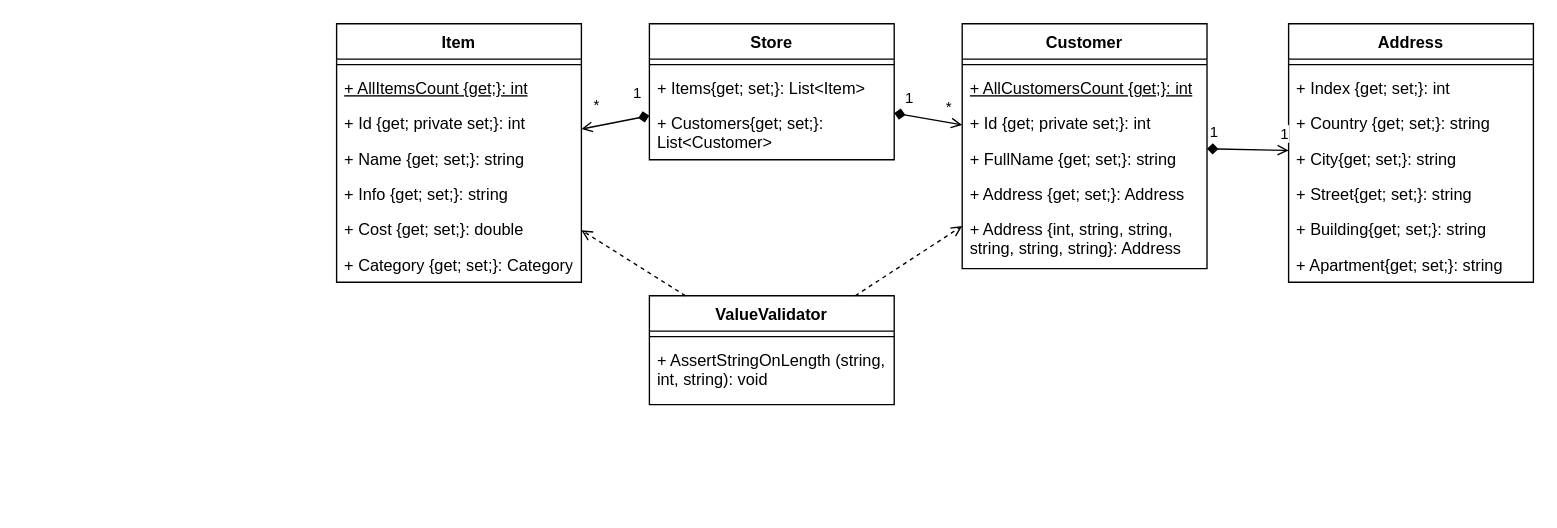
Above: doc/Practics2.drawio in Zharkov-Nikita/Programming (draw.io), before the change. Source tidied: cells renumbered, new cells numbered last; positions are measured from the earlier drawing's top-left corner, leaving out a move shared by most shapes. Both pictures are drawn from the tidied source at 136%, with x=0, y=0 at pixel (336, 23).
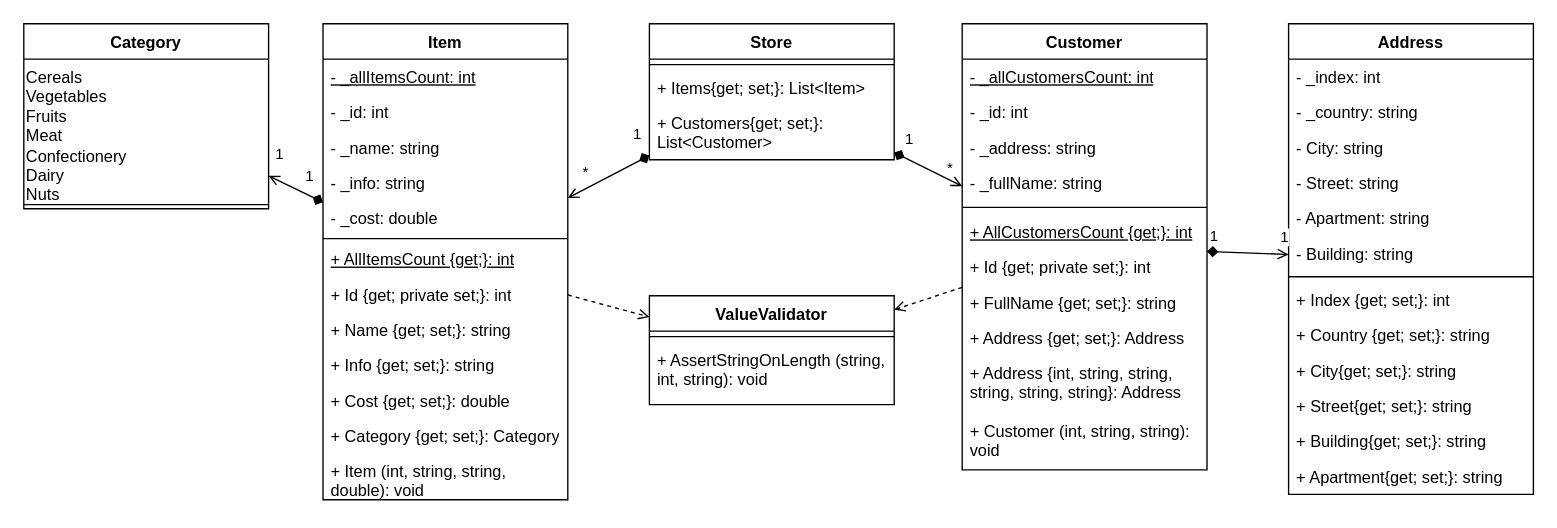
Above is the later version.

The change refers to these unchanged cells:
```xml
<mxCell id="17" value="ValueValidator" style="swimlane;fontStyle=1;align=center;verticalAlign=top;horizontal=1;startSize=26;whiteSpace=wrap;html=1;" parent="1" vertex="1">
  <mxGeometry x="230" y="200" width="180" height="80" as="geometry" />
</mxCell>
```

Change to the diagram source:
```diff
@@
     <mxCell id="2" value="Item" style="swimlane;fontStyle=1;align=center;verticalAlign=top;horizontal=1;startSize=26;whiteSpace=wrap;html=1;" parent="1" vertex="1">
-      <mxGeometry width="180" height="190" as="geometry" />
+      <mxGeometry x="-10" width="180" height="350" as="geometry" />
     </mxCell>
+    <mxCell id="43" value="&lt;u&gt;- _allItemsCount: int&lt;/u&gt;" style="text;strokeColor=none;fillColor=none;align=left;verticalAlign=top;spacingLeft=4;spacingRight=4;overflow=hidden;whiteSpace=wrap;html=1;" parent="2" vertex="1">
+      <mxGeometry y="26" width="180" height="26" as="geometry" />
+    </mxCell>
+    <mxCell id="44" value="- _id: int" style="text;strokeColor=none;fillColor=none;align=left;verticalAlign=top;spacingLeft=4;spacingRight=4;overflow=hidden;whiteSpace=wrap;html=1;" parent="2" vertex="1">
+      <mxGeometry y="52" width="180" height="26" as="geometry" />
+    </mxCell>
+    <mxCell id="45" value="- _name: string" style="text;strokeColor=none;fillColor=none;align=left;verticalAlign=top;spacingLeft=4;spacingRight=4;overflow=hidden;whiteSpace=wrap;html=1;" parent="2" vertex="1">
+      <mxGeometry y="78" width="180" height="26" as="geometry" />
+    </mxCell>
+    <mxCell id="46" value="- _info: string" style="text;strokeColor=none;fillColor=none;align=left;verticalAlign=top;spacingLeft=4;spacingRight=4;overflow=hidden;whiteSpace=wrap;html=1;" parent="2" vertex="1">
+      <mxGeometry y="104" width="180" height="26" as="geometry" />
+    </mxCell>
+    <mxCell id="47" value="- _cost: double" style="text;strokeColor=none;fillColor=none;align=left;verticalAlign=top;spacingLeft=4;spacingRight=4;overflow=hidden;whiteSpace=wrap;html=1;" parent="2" vertex="1">
+      <mxGeometry y="130" width="180" height="26" as="geometry" />
+    </mxCell>
     <mxCell id="3" style="line;strokeWidth=1;fillColor=none;align=left;verticalAlign=middle;spacingTop=-1;spacingLeft=3;spacingRight=3;labelPosition=right;strokeColor=inherit;" parent="2" vertex="1">
-      <mxGeometry y="26" width="180" height="8" as="geometry" />
+      <mxGeometry y="156" width="180" height="4" as="geometry" />
     </mxCell>
     <mxCell id="4" value="&lt;u&gt;+ AllItemsCount {get;}: int&lt;/u&gt;" style="text;strokeColor=none;fillColor=none;align=left;verticalAlign=top;spacingLeft=4;spacingRight=4;overflow=hidden;whiteSpace=wrap;html=1;" parent="2" vertex="1">
-      <mxGeometry y="34" width="180" height="26" as="geometry" />
+      <mxGeometry y="160" width="180" height="26" as="geometry" />
     </mxCell>
     <mxCell id="5" value="+ Id {get; private set;}: int" style="text;strokeColor=none;fillColor=none;align=left;verticalAlign=top;spacingLeft=4;spacingRight=4;overflow=hidden;whiteSpace=wrap;html=1;" parent="2" vertex="1">
-      <mxGeometry y="60" width="180" height="26" as="geometry" />
+      <mxGeometry y="186" width="180" height="26" as="geometry" />
     </mxCell>
     <mxCell id="6" value="+ Name {get; set;}: string" style="text;strokeColor=none;fillColor=none;align=left;verticalAlign=top;spacingLeft=4;spacingRight=4;overflow=hidden;whiteSpace=wrap;html=1;" parent="2" vertex="1">
-      <mxGeometry y="86" width="180" height="26" as="geometry" />
+      <mxGeometry y="212" width="180" height="26" as="geometry" />
     </mxCell>
     <mxCell id="7" value="+ Info {get; set;}: string" style="text;strokeColor=none;fillColor=none;align=left;verticalAlign=top;spacingLeft=4;spacingRight=4;overflow=hidden;whiteSpace=wrap;html=1;" parent="2" vertex="1">
-      <mxGeometry y="112" width="180" height="26" as="geometry" />
+      <mxGeometry y="238" width="180" height="26" as="geometry" />
     </mxCell>
     <mxCell id="8" value="+ Cost {get; set;}: double" style="text;strokeColor=none;fillColor=none;align=left;verticalAlign=top;spacingLeft=4;spacingRight=4;overflow=hidden;whiteSpace=wrap;html=1;" parent="2" vertex="1">
-      <mxGeometry y="138" width="180" height="26" as="geometry" />
+      <mxGeometry y="264" width="180" height="26" as="geometry" />
     </mxCell>
     <mxCell id="9" value="+ Category {get; set;}: Category" style="text;strokeColor=none;fillColor=none;align=left;verticalAlign=top;spacingLeft=4;spacingRight=4;overflow=hidden;whiteSpace=wrap;html=1;" parent="2" vertex="1">
-      <mxGeometry y="164" width="180" height="26" as="geometry" />
+      <mxGeometry y="290" width="180" height="26" as="geometry" />
     </mxCell>
+    <mxCell id="48" value="+ Item (int, string, string, double): void" style="text;strokeColor=none;fillColor=none;align=left;verticalAlign=top;spacingLeft=4;spacingRight=4;overflow=hidden;whiteSpace=wrap;html=1;" parent="2" vertex="1">
+      <mxGeometry y="316" width="180" height="34" as="geometry" />
+    </mxCell>
     <mxCell id="10" value="Customer" style="swimlane;fontStyle=1;align=center;verticalAlign=top;horizontal=1;startSize=26;whiteSpace=wrap;html=1;" parent="1" vertex="1">
-      <mxGeometry x="460" width="180" height="180" as="geometry" />
+      <mxGeometry x="460" width="180" height="328" as="geometry" />
     </mxCell>
+    <mxCell id="49" value="&lt;u&gt;- _allCustomersCount: int&lt;/u&gt;" style="text;strokeColor=none;fillColor=none;align=left;verticalAlign=top;spacingLeft=4;spacingRight=4;overflow=hidden;whiteSpace=wrap;html=1;" parent="10" vertex="1">
+      <mxGeometry y="26" width="180" height="26" as="geometry" />
+    </mxCell>
+    <mxCell id="50" value="- _id: int" style="text;strokeColor=none;fillColor=none;align=left;verticalAlign=top;spacingLeft=4;spacingRight=4;overflow=hidden;whiteSpace=wrap;html=1;" parent="10" vertex="1">
+      <mxGeometry y="52" width="180" height="26" as="geometry" />
+    </mxCell>
+    <mxCell id="51" value="- _address: string" style="text;strokeColor=none;fillColor=none;align=left;verticalAlign=top;spacingLeft=4;spacingRight=4;overflow=hidden;whiteSpace=wrap;html=1;" parent="10" vertex="1">
+      <mxGeometry y="78" width="180" height="26" as="geometry" />
+    </mxCell>
+    <mxCell id="52" value="- _fullName: string" style="text;strokeColor=none;fillColor=none;align=left;verticalAlign=top;spacingLeft=4;spacingRight=4;overflow=hidden;whiteSpace=wrap;html=1;" parent="10" vertex="1">
+      <mxGeometry y="104" width="180" height="26" as="geometry" />
+    </mxCell>
     <mxCell id="11" style="line;strokeWidth=1;fillColor=none;align=left;verticalAlign=middle;spacingTop=-1;spacingLeft=3;spacingRight=3;labelPosition=right;strokeColor=inherit;" parent="10" vertex="1">
-      <mxGeometry y="26" width="180" height="8" as="geometry" />
+      <mxGeometry y="130" width="180" height="10" as="geometry" />
     </mxCell>
     <mxCell id="12" value="&lt;u&gt;+ AllCustomersCount {get;}: int&lt;/u&gt;" style="text;strokeColor=none;fillColor=none;align=left;verticalAlign=top;spacingLeft=4;spacingRight=4;overflow=hidden;whiteSpace=wrap;html=1;" parent="10" vertex="1">
-      <mxGeometry y="34" width="180" height="26" as="geometry" />
+      <mxGeometry y="140" width="180" height="26" as="geometry" />
     </mxCell>
     <mxCell id="13" value="+ Id {get; private set;}: int" style="text;strokeColor=none;fillColor=none;align=left;verticalAlign=top;spacingLeft=4;spacingRight=4;overflow=hidden;whiteSpace=wrap;html=1;" parent="10" vertex="1">
-      <mxGeometry y="60" width="180" height="26" as="geometry" />
+      <mxGeometry y="166" width="180" height="26" as="geometry" />
     </mxCell>
     <mxCell id="14" value="+ FullName {get; set;}: string" style="text;strokeColor=none;fillColor=none;align=left;verticalAlign=top;spacingLeft=4;spacingRight=4;overflow=hidden;whiteSpace=wrap;html=1;" parent="10" vertex="1">
-      <mxGeometry y="86" width="180" height="26" as="geometry" />
+      <mxGeometry y="192" width="180" height="26" as="geometry" />
     </mxCell>
     <mxCell id="15" value="+ Address {get; set;}: Address" style="text;strokeColor=none;fillColor=none;align=left;verticalAlign=top;spacingLeft=4;spacingRight=4;overflow=hidden;whiteSpace=wrap;html=1;" parent="10" vertex="1">
-      <mxGeometry y="112" width="180" height="26" as="geometry" />
+      <mxGeometry y="218" width="180" height="26" as="geometry" />
     </mxCell>
     <mxCell id="16" value="+ Address {int, string, string, string, string, string}: Address" style="text;strokeColor=none;fillColor=none;align=left;verticalAlign=top;spacingLeft=4;spacingRight=4;overflow=hidden;whiteSpace=wrap;html=1;" parent="10" vertex="1">
-      <mxGeometry y="138" width="180" height="42" as="geometry" />
+      <mxGeometry y="244" width="180" height="42" as="geometry" />
     </mxCell>
+    <mxCell id="53" value="+ Customer (int, string, string): void" style="text;strokeColor=none;fillColor=none;align=left;verticalAlign=top;spacingLeft=4;spacingRight=4;overflow=hidden;whiteSpace=wrap;html=1;" parent="10" vertex="1">
+      <mxGeometry y="286" width="180" height="42" as="geometry" />
+    </mxCell>
@@
-    <mxCell id="20" style="endArrow=open;html=1;rounded=0;dashed=1;endFill=0;" parent="1" edge="1" source="17" target="2">
+    <mxCell id="20" style="endArrow=open;html=1;rounded=0;dashed=1;endFill=0;" parent="1" edge="1" source="2" target="17">
       <mxGeometry relative="1" as="geometry" />
     </mxCell>
-    <mxCell id="21" style="endArrow=open;html=1;rounded=0;dashed=1;endFill=0;" parent="1" edge="1" source="17" target="10">
+    <mxCell id="21" style="endArrow=open;html=1;rounded=0;dashed=1;endFill=0;" parent="1" edge="1" source="10" target="17">
       <mxGeometry relative="1" as="geometry" />
     </mxCell>
     <mxCell id="22" value="Address" style="swimlane;fontStyle=1;align=center;verticalAlign=top;horizontal=1;startSize=26;whiteSpace=wrap;html=1;" parent="1" vertex="1">
-      <mxGeometry x="700" width="180" height="190" as="geometry" />
+      <mxGeometry x="700" width="180" height="346" as="geometry" />
     </mxCell>
+    <mxCell id="54" value="- _index: int" style="text;strokeColor=none;fillColor=none;align=left;verticalAlign=top;spacingLeft=4;spacingRight=4;overflow=hidden;whiteSpace=wrap;html=1;" parent="22" vertex="1">
+      <mxGeometry y="26" width="180" height="26" as="geometry" />
+    </mxCell>
+    <mxCell id="55" value="- _country: string" style="text;strokeColor=none;fillColor=none;align=left;verticalAlign=top;spacingLeft=4;spacingRight=4;overflow=hidden;whiteSpace=wrap;html=1;" parent="22" vertex="1">
+      <mxGeometry y="52" width="180" height="26" as="geometry" />
+    </mxCell>
+    <mxCell id="56" value="- City: string" style="text;strokeColor=none;fillColor=none;align=left;verticalAlign=top;spacingLeft=4;spacingRight=4;overflow=hidden;whiteSpace=wrap;html=1;" parent="22" vertex="1">
+      <mxGeometry y="78" width="180" height="26" as="geometry" />
+    </mxCell>
+    <mxCell id="57" value="- Street: string" style="text;strokeColor=none;fillColor=none;align=left;verticalAlign=top;spacingLeft=4;spacingRight=4;overflow=hidden;whiteSpace=wrap;html=1;" parent="22" vertex="1">
+      <mxGeometry y="104" width="180" height="26" as="geometry" />
+    </mxCell>
+    <mxCell id="58" value="- Apartment: string" style="text;strokeColor=none;fillColor=none;align=left;verticalAlign=top;spacingLeft=4;spacingRight=4;overflow=hidden;whiteSpace=wrap;html=1;" parent="22" vertex="1">
+      <mxGeometry y="130" width="180" height="26" as="geometry" />
+    </mxCell>
+    <mxCell id="59" value="- Building: string" style="text;strokeColor=none;fillColor=none;align=left;verticalAlign=top;spacingLeft=4;spacingRight=4;overflow=hidden;whiteSpace=wrap;html=1;" parent="22" vertex="1">
+      <mxGeometry y="156" width="180" height="26" as="geometry" />
+    </mxCell>
     <mxCell id="23" style="line;strokeWidth=1;fillColor=none;align=left;verticalAlign=middle;spacingTop=-1;spacingLeft=3;spacingRight=3;labelPosition=right;strokeColor=inherit;" parent="22" vertex="1">
-      <mxGeometry y="26" width="180" height="8" as="geometry" />
+      <mxGeometry y="182" width="180" height="8" as="geometry" />
     </mxCell>
     <mxCell id="24" value="+ Index {get; set;}: int" style="text;strokeColor=none;fillColor=none;align=left;verticalAlign=top;spacingLeft=4;spacingRight=4;overflow=hidden;whiteSpace=wrap;html=1;" parent="22" vertex="1">
-      <mxGeometry y="34" width="180" height="26" as="geometry" />
+      <mxGeometry y="190" width="180" height="26" as="geometry" />
     </mxCell>
     <mxCell id="25" value="+ Country {get; set;}: string" style="text;strokeColor=none;fillColor=none;align=left;verticalAlign=top;spacingLeft=4;spacingRight=4;overflow=hidden;whiteSpace=wrap;html=1;" parent="22" vertex="1">
-      <mxGeometry y="60" width="180" height="26" as="geometry" />
+      <mxGeometry y="216" width="180" height="26" as="geometry" />
     </mxCell>
     <mxCell id="26" value="+ City{get; set;}: string" style="text;strokeColor=none;fillColor=none;align=left;verticalAlign=top;spacingLeft=4;spacingRight=4;overflow=hidden;whiteSpace=wrap;html=1;" parent="22" vertex="1">
-      <mxGeometry y="86" width="180" height="26" as="geometry" />
+      <mxGeometry y="242" width="180" height="26" as="geometry" />
     </mxCell>
     <mxCell id="27" value="+ Street{get; set;}: string" style="text;strokeColor=none;fillColor=none;align=left;verticalAlign=top;spacingLeft=4;spacingRight=4;overflow=hidden;whiteSpace=wrap;html=1;" parent="22" vertex="1">
-      <mxGeometry y="112" width="180" height="26" as="geometry" />
+      <mxGeometry y="268" width="180" height="26" as="geometry" />
     </mxCell>
     <mxCell id="28" value="+ Building{get; set;}: string" style="text;strokeColor=none;fillColor=none;align=left;verticalAlign=top;spacingLeft=4;spacingRight=4;overflow=hidden;whiteSpace=wrap;html=1;" parent="22" vertex="1">
-      <mxGeometry y="138" width="180" height="26" as="geometry" />
+      <mxGeometry y="294" width="180" height="26" as="geometry" />
     </mxCell>
     <mxCell id="29" value="+ Apartment{get; set;}: string" style="text;strokeColor=none;fillColor=none;align=left;verticalAlign=top;spacingLeft=4;spacingRight=4;overflow=hidden;whiteSpace=wrap;html=1;" parent="22" vertex="1">
-      <mxGeometry y="164" width="180" height="26" as="geometry" />
+      <mxGeometry y="320" width="180" height="26" as="geometry" />
     </mxCell>
@@
+    <mxCell id="60" value="Category" style="swimlane;fontStyle=1;align=center;verticalAlign=top;horizontal=1;startSize=26;whiteSpace=wrap;html=1;" parent="1" vertex="1">
+      <mxGeometry x="-230" width="180" height="136" as="geometry" />
+    </mxCell>
+    <mxCell id="61" value="Cereals&#10;Vegetables&#10;Fruits&#10;Meat&#10;Confectionery&#10;Dairy&#10;Nuts" style="text;whiteSpace=wrap;" parent="60" vertex="1">
+      <mxGeometry y="26" width="180" height="104" as="geometry" />
+    </mxCell>
+    <mxCell id="62" style="line;strokeWidth=1;fillColor=none;align=left;verticalAlign=middle;spacingTop=-1;spacingLeft=3;spacingRight=3;labelPosition=right;strokeColor=inherit;" parent="60" vertex="1">
+      <mxGeometry y="130" width="180" height="6" as="geometry" />
+    </mxCell>
+    <mxCell id="63" style="endArrow=open;html=1;rounded=0;startArrow=diamond;startFill=1;endFill=0;" parent="1" edge="1" source="2" target="60">
+      <mxGeometry relative="1" as="geometry" />
+    </mxCell>
+    <mxCell id="64" value="1" style="edgeLabel;html=1;align=center;verticalAlign=middle;" parent="63" vertex="1">
+      <mxGeometry x="-0.88" y="2" relative="1" as="geometry">
+        <mxPoint x="-7" y="-20" as="offset" />
+      </mxGeometry>
+    </mxCell>
+    <mxCell id="65" value="1" style="edgeLabel;html=1;align=center;verticalAlign=middle;" parent="63" vertex="1">
+      <mxGeometry x="0.87" y="3" relative="1" as="geometry">
+        <mxPoint x="7" y="-20" as="offset" />
+      </mxGeometry>
+    </mxCell>
```
